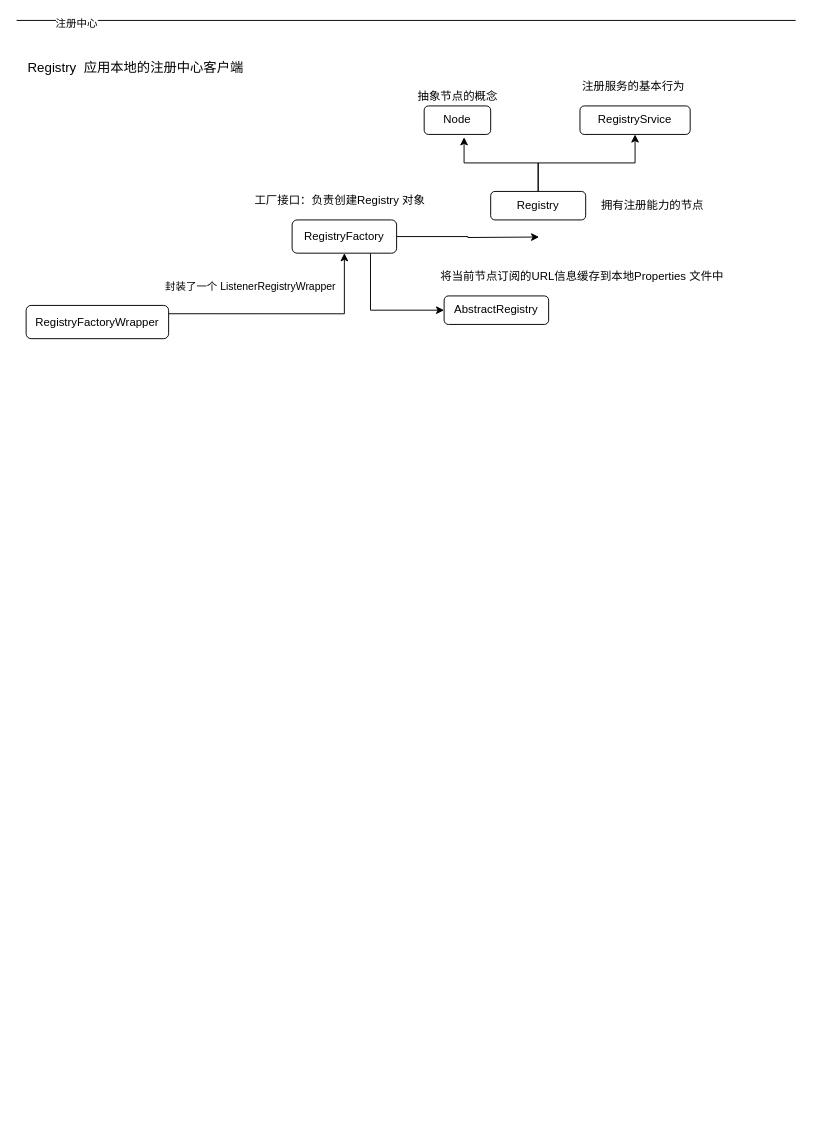
Earlier version of the draw.io diagram dubbo.drawio (topyuluo/photo-project). Source tidied: cells renumbered, new cells numbered last; positions are measured from the earlier drawing's top-left corner, leaving out a move shared by most shapes. Both pictures are drawn from the tidied source at 95%, with x=0, y=0 at pixel (16, 20).
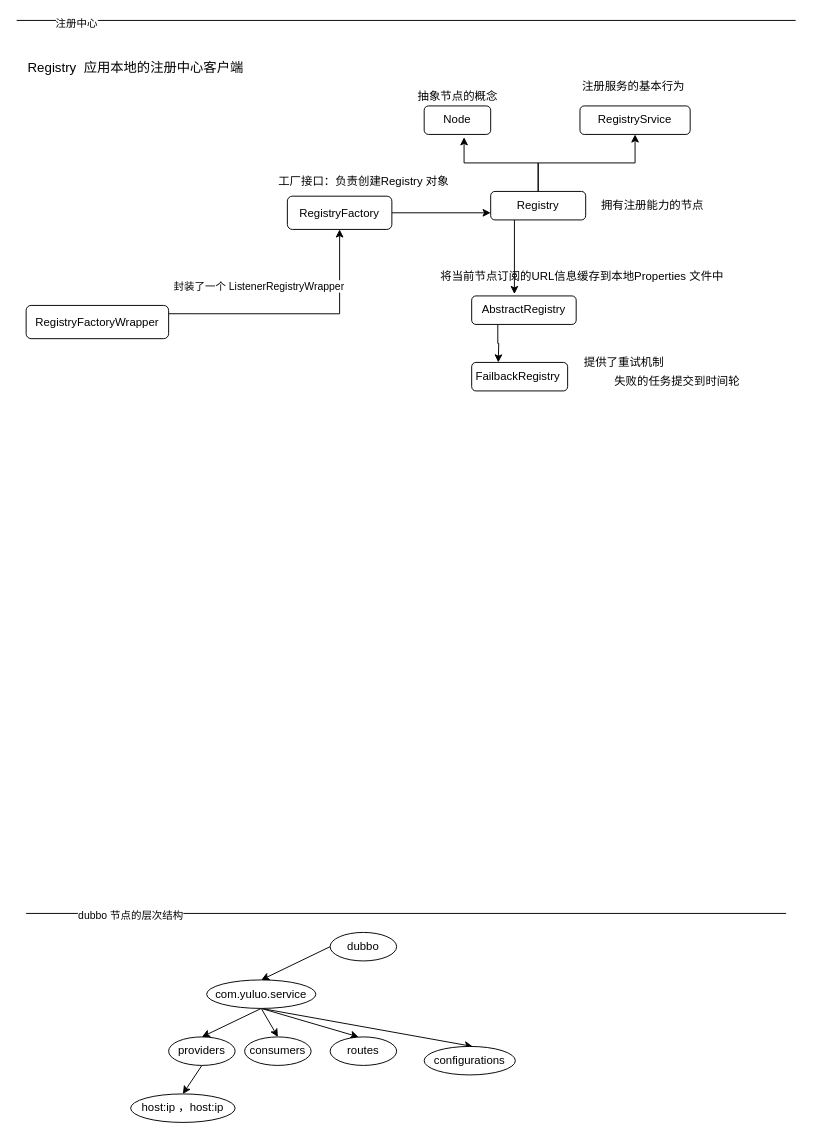
The same page after the edit.

The change refers to these unchanged cells:
```xml
<mxCell id="11" value="Registry" style="rounded=1;whiteSpace=wrap;html=1;" parent="1" vertex="1">
  <mxGeometry x="499" y="180" width="100" height="30" as="geometry" />
</mxCell>
```

Diff of the diagram source:
```diff
@@
+    <mxCell id="22" style="edgeStyle=orthogonalEdgeStyle;rounded=0;jettySize=auto;html=1;exitX=0.25;exitY=1;exitDx=0;exitDy=0;entryX=0.409;entryY=-0.067;entryDx=0;entryDy=0;entryPerimeter=0;" parent="1" edge="1" source="11" target="20">
+      <mxGeometry relative="1" as="geometry" />
+    </mxCell>
@@
-    <mxCell id="13" style="edgeStyle=orthogonalEdgeStyle;rounded=0;jettySize=auto;html=1;exitX=1;exitY=0.5;exitDx=0;exitDy=0;" parent="1" edge="1" source="15">
-      <mxGeometry relative="1" as="geometry">
-        <mxPoint x="550" y="228" as="targetPoint" />
-      </mxGeometry>
+    <mxCell id="13" style="edgeStyle=orthogonalEdgeStyle;rounded=0;jettySize=auto;html=1;exitX=1;exitY=0.5;exitDx=0;exitDy=0;entryX=0;entryY=0.75;entryDx=0;entryDy=0;" parent="1" edge="1" source="15" target="11">
+      <mxGeometry relative="1" as="geometry" />
     </mxCell>
-    <mxCell id="14" style="edgeStyle=orthogonalEdgeStyle;rounded=0;jettySize=auto;html=1;exitX=0.75;exitY=1;exitDx=0;exitDy=0;entryX=0;entryY=0.5;entryDx=0;entryDy=0;" parent="1" edge="1" source="15" target="20">
-      <mxGeometry relative="1" as="geometry" />
-    </mxCell>
     <mxCell id="15" value="RegistryFactory" style="rounded=1;whiteSpace=wrap;html=1;" parent="1" vertex="1">
-      <mxGeometry x="290" y="210" width="110" height="35" as="geometry" />
+      <mxGeometry x="285" y="185" width="110" height="35" as="geometry" />
     </mxCell>
     <mxCell id="16" value="工厂接口：负责创建Registry 对象" style="text;html=1;align=center;verticalAlign=middle;strokeColor=none;" parent="1" vertex="1">
-      <mxGeometry x="245" y="180" width="190" height="20" as="geometry" />
+      <mxGeometry x="270" y="160" width="190" height="20" as="geometry" />
     </mxCell>
@@
+    <mxCell id="23" style="edgeStyle=orthogonalEdgeStyle;rounded=0;jettySize=auto;html=1;exitX=0.25;exitY=1;exitDx=0;exitDy=0;" parent="1" edge="1" source="20">
+      <mxGeometry relative="1" as="geometry">
+        <mxPoint x="507" y="360" as="targetPoint" />
+      </mxGeometry>
+    </mxCell>
     <mxCell id="20" value="AbstractRegistry" style="rounded=1;whiteSpace=wrap;html=1;" parent="1" vertex="1">
-      <mxGeometry x="450" y="290" width="110" height="30" as="geometry" />
+      <mxGeometry x="479" y="290" width="110" height="30" as="geometry" />
     </mxCell>
@@
+    <mxCell id="24" value="FailbackRegistry&amp;nbsp;" style="rounded=1;whiteSpace=wrap;html=1;" parent="1" vertex="1">
+      <mxGeometry x="479" y="360" width="101" height="30" as="geometry" />
+    </mxCell>
+    <mxCell id="25" value="失败的任务提交到时间轮" style="text;html=1;align=center;verticalAlign=middle;strokeColor=none;" parent="1" vertex="1">
+      <mxGeometry x="620" y="370" width="150" height="20" as="geometry" />
+    </mxCell>
+    <mxCell id="26" value="提供了重试机制" style="text;html=1;align=center;verticalAlign=middle;strokeColor=none;" parent="1" vertex="1">
+      <mxGeometry x="589" y="350" width="100" height="20" as="geometry" />
+    </mxCell>
+    <mxCell id="27" style="endArrow=none;html=1;" parent="1" edge="1">
+      <mxGeometry relative="1" as="geometry">
+        <mxPoint x="10" y="940" as="sourcePoint" />
+        <mxPoint x="810" y="940" as="targetPoint" />
+      </mxGeometry>
+    </mxCell>
+    <mxCell id="28" value="dubbo 节点的层次结构" style="edgeLabel;html=1;align=center;verticalAlign=middle;" parent="27" vertex="1">
+      <mxGeometry x="-0.84" y="-1" relative="1" as="geometry">
+        <mxPoint x="45" as="offset" />
+      </mxGeometry>
+    </mxCell>
+    <mxCell id="29" style="rounded=0;jettySize=auto;html=1;exitX=0;exitY=0.5;exitDx=0;exitDy=0;entryX=0.5;entryY=0;entryDx=0;entryDy=0;" parent="1" edge="1" source="30" target="35">
+      <mxGeometry relative="1" as="geometry" />
+    </mxCell>
+    <mxCell id="30" value="dubbo" style="ellipse;whiteSpace=wrap;html=1;" parent="1" vertex="1">
+      <mxGeometry x="330" y="960" width="70" height="30" as="geometry" />
+    </mxCell>
+    <mxCell id="31" style="edgeStyle=none;rounded=0;jettySize=auto;html=1;exitX=0.5;exitY=1;exitDx=0;exitDy=0;entryX=0.5;entryY=0;entryDx=0;entryDy=0;" parent="1" edge="1" source="35" target="37">
+      <mxGeometry relative="1" as="geometry" />
+    </mxCell>
+    <mxCell id="32" style="edgeStyle=none;rounded=0;jettySize=auto;html=1;exitX=0.5;exitY=1;exitDx=0;exitDy=0;entryX=0.5;entryY=0;entryDx=0;entryDy=0;" parent="1" edge="1" source="35" target="38">
+      <mxGeometry relative="1" as="geometry" />
+    </mxCell>
+    <mxCell id="33" style="edgeStyle=none;rounded=0;jettySize=auto;html=1;exitX=0.5;exitY=1;exitDx=0;exitDy=0;" parent="1" edge="1" source="35">
+      <mxGeometry relative="1" as="geometry">
+        <mxPoint x="360" y="1070" as="targetPoint" />
+      </mxGeometry>
+    </mxCell>
+    <mxCell id="34" style="edgeStyle=none;rounded=0;jettySize=auto;html=1;exitX=0.5;exitY=1;exitDx=0;exitDy=0;" parent="1" edge="1" source="35">
+      <mxGeometry relative="1" as="geometry">
+        <mxPoint x="480" y="1080" as="targetPoint" />
+      </mxGeometry>
+    </mxCell>
+    <mxCell id="35" value="com.yuluo.service" style="ellipse;whiteSpace=wrap;html=1;" parent="1" vertex="1">
+      <mxGeometry x="200" y="1010" width="115" height="30" as="geometry" />
+    </mxCell>
+    <mxCell id="36" style="edgeStyle=none;rounded=0;jettySize=auto;html=1;exitX=0.5;exitY=1;exitDx=0;exitDy=0;entryX=0.5;entryY=0;entryDx=0;entryDy=0;" parent="1" edge="1" source="37" target="39">
+      <mxGeometry relative="1" as="geometry" />
+    </mxCell>
+    <mxCell id="37" value="providers" style="ellipse;whiteSpace=wrap;html=1;" parent="1" vertex="1">
+      <mxGeometry x="160" y="1070" width="70" height="30" as="geometry" />
+    </mxCell>
+    <mxCell id="38" value="consumers" style="ellipse;whiteSpace=wrap;html=1;" parent="1" vertex="1">
+      <mxGeometry x="240" y="1070" width="70" height="30" as="geometry" />
+    </mxCell>
+    <mxCell id="39" value="host:ip ，host:ip" style="ellipse;whiteSpace=wrap;html=1;" parent="1" vertex="1">
+      <mxGeometry x="120" y="1130" width="110" height="30" as="geometry" />
+    </mxCell>
+    <mxCell id="40" value="routes" style="ellipse;whiteSpace=wrap;html=1;" parent="1" vertex="1">
+      <mxGeometry x="330" y="1070" width="70" height="30" as="geometry" />
+    </mxCell>
+    <mxCell id="41" value="configurations" style="ellipse;whiteSpace=wrap;html=1;" parent="1" vertex="1">
+      <mxGeometry x="429" y="1080" width="96" height="30" as="geometry" />
+    </mxCell>
```
